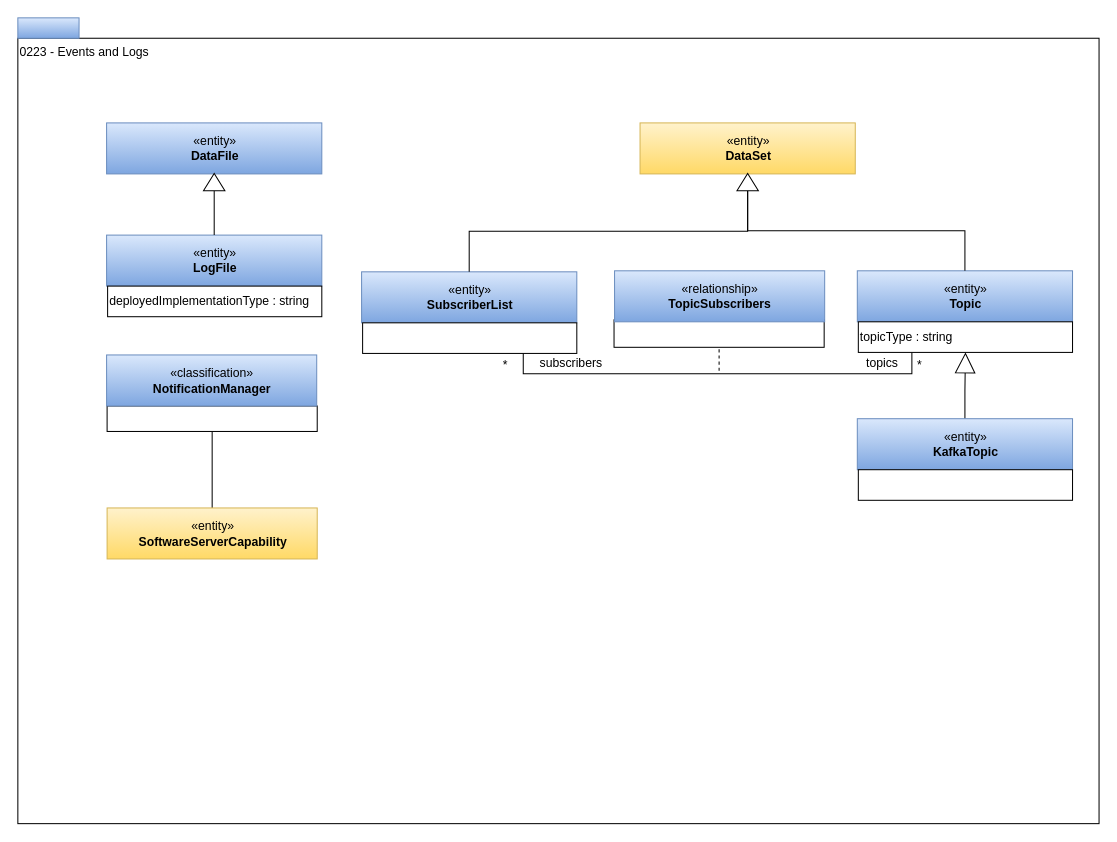
Before: page "0223-Events-and-Logs" (11 of 21) of open-metadata-publication/website/open-metadata-types/area-2-assets.drawio in odpi/egeria, a draw.io diagram. Source tidied: cells renumbered, new cells numbered last; positions are measured from the earlier drawing's top-left corner, leaving out a move shared by most shapes. Both pictures are drawn from the tidied source at 102%, with x=0, y=0 at pixel (17, 17).
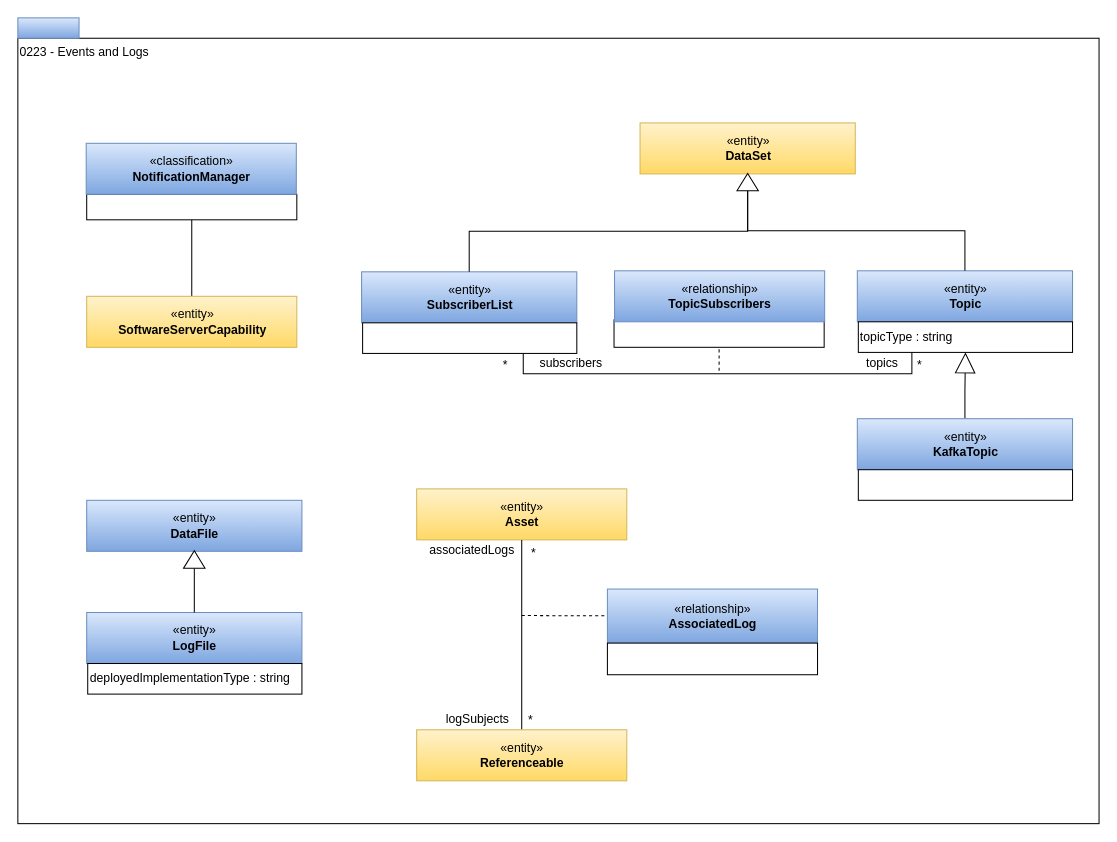
The same page after the edit.

What changed in the source:
```diff
@@
     <mxCell id="4" value="«entity»&lt;br&gt;&lt;b&gt;DataFile&lt;/b&gt;" style="html=1;strokeColor=#6c8ebf;align=center;fillColor=#dae8fc;gradientColor=#7ea6e0;" parent="1" vertex="1">
-      <mxGeometry x="87" y="103" width="211" height="50" as="geometry" />
+      <mxGeometry x="67.5" y="473" width="211" height="50" as="geometry" />
     </mxCell>
     <mxCell id="5" value="«entity»&lt;br&gt;&lt;b&gt;LogFile&lt;/b&gt;" style="html=1;strokeColor=#6c8ebf;align=center;fillColor=#dae8fc;gradientColor=#7ea6e0;" parent="1" vertex="1">
-      <mxGeometry x="87" y="213" width="211" height="50" as="geometry" />
+      <mxGeometry x="67.5" y="583" width="211" height="50" as="geometry" />
     </mxCell>
     <mxCell id="6" value="deployedImplementationType : string" style="rounded=0;whiteSpace=wrap;html=1;strokeColor=#000000;gradientColor=#ffffff;align=left;" parent="1" vertex="1">
-      <mxGeometry x="88" y="263" width="210" height="30" as="geometry" />
+      <mxGeometry x="68.5" y="633" width="210" height="30" as="geometry" />
     </mxCell>
@@
     <mxCell id="8" style="triangle;whiteSpace=wrap;html=1;strokeColor=#000000;gradientColor=#ffffff;align=center;rotation=-90;" parent="1" vertex="1">
-      <mxGeometry x="184" y="150.5" width="17" height="21" as="geometry" />
+      <mxGeometry x="164.5" y="520.5" width="17" height="21" as="geometry" />
     </mxCell>
@@
     <mxCell id="10" style="rounded=0;whiteSpace=wrap;html=1;strokeColor=#000000;gradientColor=#ffffff;align=left;" parent="1" vertex="1">
-      <mxGeometry x="87.5" y="380.5" width="206" height="25" as="geometry" />
+      <mxGeometry x="67.5" y="173" width="206" height="25" as="geometry" />
     </mxCell>
     <mxCell id="11" value="«classification»&lt;br&gt;&lt;b&gt;NotificationManager&lt;/b&gt;" style="html=1;strokeColor=#6c8ebf;align=center;fillColor=#dae8fc;gradientColor=#7ea6e0;" parent="1" vertex="1">
-      <mxGeometry x="87" y="330.5" width="206" height="50" as="geometry" />
+      <mxGeometry x="67" y="123" width="206" height="50" as="geometry" />
     </mxCell>
     <mxCell id="12" value="«entity»&lt;br&gt;&lt;b&gt;SoftwareServerCapability&lt;/b&gt;&lt;br&gt;" style="html=1;strokeColor=#d6b656;align=center;fillColor=#fff2cc;gradientColor=#ffd966;" parent="1" vertex="1">
-      <mxGeometry x="87.5" y="480.5" width="206" height="50" as="geometry" />
+      <mxGeometry x="67.5" y="273" width="206" height="50" as="geometry" />
     </mxCell>
@@
+    <mxCell id="32" value="«entity»&lt;br&gt;&lt;b&gt;Asset&lt;/b&gt;" style="html=1;strokeColor=#d6b656;align=center;fillColor=#fff2cc;gradientColor=#ffd966;" parent="1" vertex="1">
+      <mxGeometry x="391" y="461.8" width="206" height="50" as="geometry" />
+    </mxCell>
+    <mxCell id="33" style="edgeStyle=orthogonalEdgeStyle;rounded=0;html=1;endArrow=none;endFill=0;jettySize=auto;" parent="1" edge="1" source="41" target="32">
+      <mxGeometry relative="1" as="geometry" />
+    </mxCell>
+    <mxCell id="34" value="*" style="text;html=1;strokeColor=none;fillColor=none;align=center;verticalAlign=middle;whiteSpace=wrap;rounded=0;" parent="1" vertex="1">
+      <mxGeometry x="489.5" y="680" width="26" height="18" as="geometry" />
+    </mxCell>
+    <mxCell id="35" value="logSubjects" style="text;html=1;strokeColor=none;fillColor=none;align=center;verticalAlign=middle;whiteSpace=wrap;rounded=0;" parent="1" vertex="1">
+      <mxGeometry x="385.5" y="678" width="130" height="20" as="geometry" />
+    </mxCell>
+    <mxCell id="36" value="*" style="text;html=1;strokeColor=none;fillColor=none;align=center;verticalAlign=middle;whiteSpace=wrap;rounded=0;" parent="1" vertex="1">
+      <mxGeometry x="492.5" y="516.2" width="26" height="18" as="geometry" />
+    </mxCell>
+    <mxCell id="37" value="associatedLogs" style="text;html=1;strokeColor=none;fillColor=none;align=center;verticalAlign=middle;whiteSpace=wrap;rounded=0;" parent="1" vertex="1">
+      <mxGeometry x="381" y="511.8" width="129" height="20" as="geometry" />
+    </mxCell>
+    <mxCell id="38" value="«relationship»&lt;br&gt;&lt;b&gt;AssociatedLog&lt;/b&gt;" style="html=1;strokeColor=#6c8ebf;align=center;fillColor=#dae8fc;gradientColor=#7ea6e0;" parent="1" vertex="1">
+      <mxGeometry x="578" y="560" width="206" height="53" as="geometry" />
+    </mxCell>
+    <mxCell id="39" style="endArrow=none;dashed=1;html=1;" parent="1" edge="1" target="38">
+      <mxGeometry relative="1" as="geometry">
+        <mxPoint x="494" y="586" as="sourcePoint" />
+      </mxGeometry>
+    </mxCell>
+    <mxCell id="40" style="rounded=0;whiteSpace=wrap;html=1;strokeColor=#000000;gradientColor=#ffffff;align=center;" parent="1" vertex="1">
+      <mxGeometry x="578" y="613" width="206" height="31" as="geometry" />
+    </mxCell>
+    <mxCell id="41" value="«entity»&lt;br&gt;&lt;b&gt;Referenceable&lt;/b&gt;" style="html=1;strokeColor=#d6b656;align=center;fillColor=#fff2cc;gradientColor=#ffd966;" parent="1" vertex="1">
+      <mxGeometry x="391" y="698" width="206" height="50" as="geometry" />
+    </mxCell>
```
